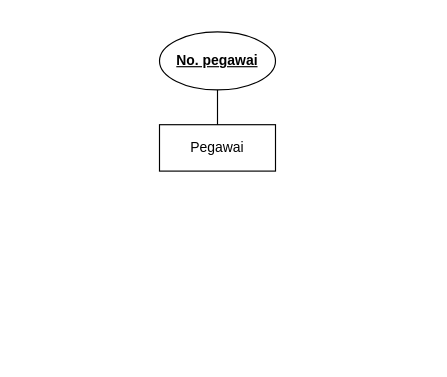
Diaputr/tugas-besar keeps this draw.io diagram as Untitled Diagram.drawio. Above is the earlier version. Source tidied: cells renumbered, new cells numbered last; positions are measured from the earlier drawing's top-left corner, leaving out a move shared by most shapes. Both pictures are drawn from the tidied source at 116%, with x=0, y=0 at pixel (159, 31).
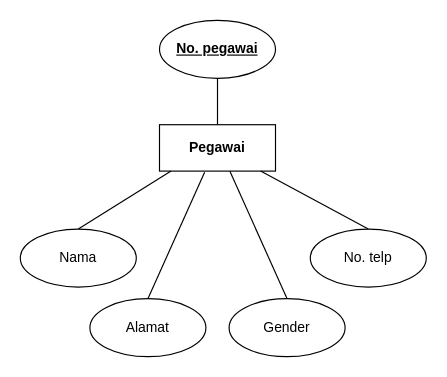
After the change.

Change to the diagram source:
```diff
@@
 <mxGraphModel>
   <root>
     <mxCell id="0" />
     <mxCell id="1" parent="0" />
-    <mxCell id="2" value="Pegawai" style="rounded=0;whiteSpace=wrap;html=1;" parent="1" vertex="1">
+    <mxCell id="2" value="Pegawai" style="rounded=0;whiteSpace=wrap;html=1;fontStyle=1;" parent="1" vertex="1">
       <mxGeometry y="80" width="100" height="40" as="geometry" />
     </mxCell>
     <mxCell id="3" value="&lt;u&gt;&lt;b&gt;No. pegawai&lt;/b&gt;&lt;/u&gt;" style="ellipse;whiteSpace=wrap;html=1;rounded=0;" parent="1" vertex="1">
-      <mxGeometry width="100" height="50" as="geometry" />
+      <mxGeometry y="-10" width="100" height="50" as="geometry" />
     </mxCell>
     <mxCell id="4" style="endArrow=none;html=1;rounded=0;entryX=0.5;entryY=1;entryDx=0;entryDy=0;exitX=0.5;exitY=0;exitDx=0;exitDy=0;" parent="1" edge="1" source="2" target="3">
       <mxGeometry relative="1" as="geometry" />
     </mxCell>
+    <mxCell id="5" value="Alamat" style="ellipse;whiteSpace=wrap;html=1;rounded=0;" parent="1" vertex="1">
+      <mxGeometry x="-60" y="230" width="100" height="50" as="geometry" />
+    </mxCell>
+    <mxCell id="6" style="endArrow=none;html=1;rounded=0;exitX=0.389;exitY=1.027;exitDx=0;exitDy=0;exitPerimeter=0;entryX=0.5;entryY=0;entryDx=0;entryDy=0;" parent="1" edge="1" source="2" target="5">
+      <mxGeometry relative="1" as="geometry" />
+    </mxCell>
+    <mxCell id="7" value="Nama" style="ellipse;whiteSpace=wrap;html=1;rounded=0;" parent="1" vertex="1">
+      <mxGeometry x="-120" y="170" width="100" height="50" as="geometry" />
+    </mxCell>
+    <mxCell id="8" style="endArrow=none;html=1;rounded=0;exitX=0.1;exitY=1;exitDx=0;exitDy=0;exitPerimeter=0;" parent="1" edge="1" source="2">
+      <mxGeometry relative="1" as="geometry">
+        <mxPoint x="-70" y="170" as="targetPoint" />
+      </mxGeometry>
+    </mxCell>
+    <mxCell id="9" value="No. telp" style="ellipse;whiteSpace=wrap;html=1;rounded=0;" parent="1" vertex="1">
+      <mxGeometry x="130" y="170" width="100" height="50" as="geometry" />
+    </mxCell>
+    <mxCell id="10" style="endArrow=none;html=1;rounded=0;entryX=0.5;entryY=0;entryDx=0;entryDy=0;" parent="1" edge="1" source="2" target="9">
+      <mxGeometry relative="1" as="geometry" />
+    </mxCell>
+    <mxCell id="11" style="endArrow=none;html=1;rounded=0;exitX=0.607;exitY=1.005;exitDx=0;exitDy=0;exitPerimeter=0;entryX=0.5;entryY=0;entryDx=0;entryDy=0;" parent="1" edge="1" source="2" target="12">
+      <mxGeometry relative="1" as="geometry" />
+    </mxCell>
+    <mxCell id="12" value="Gender" style="ellipse;whiteSpace=wrap;html=1;rounded=0;" parent="1" vertex="1">
+      <mxGeometry x="60" y="230" width="100" height="50" as="geometry" />
+    </mxCell>
   </root>
 </mxGraphModel>
```
